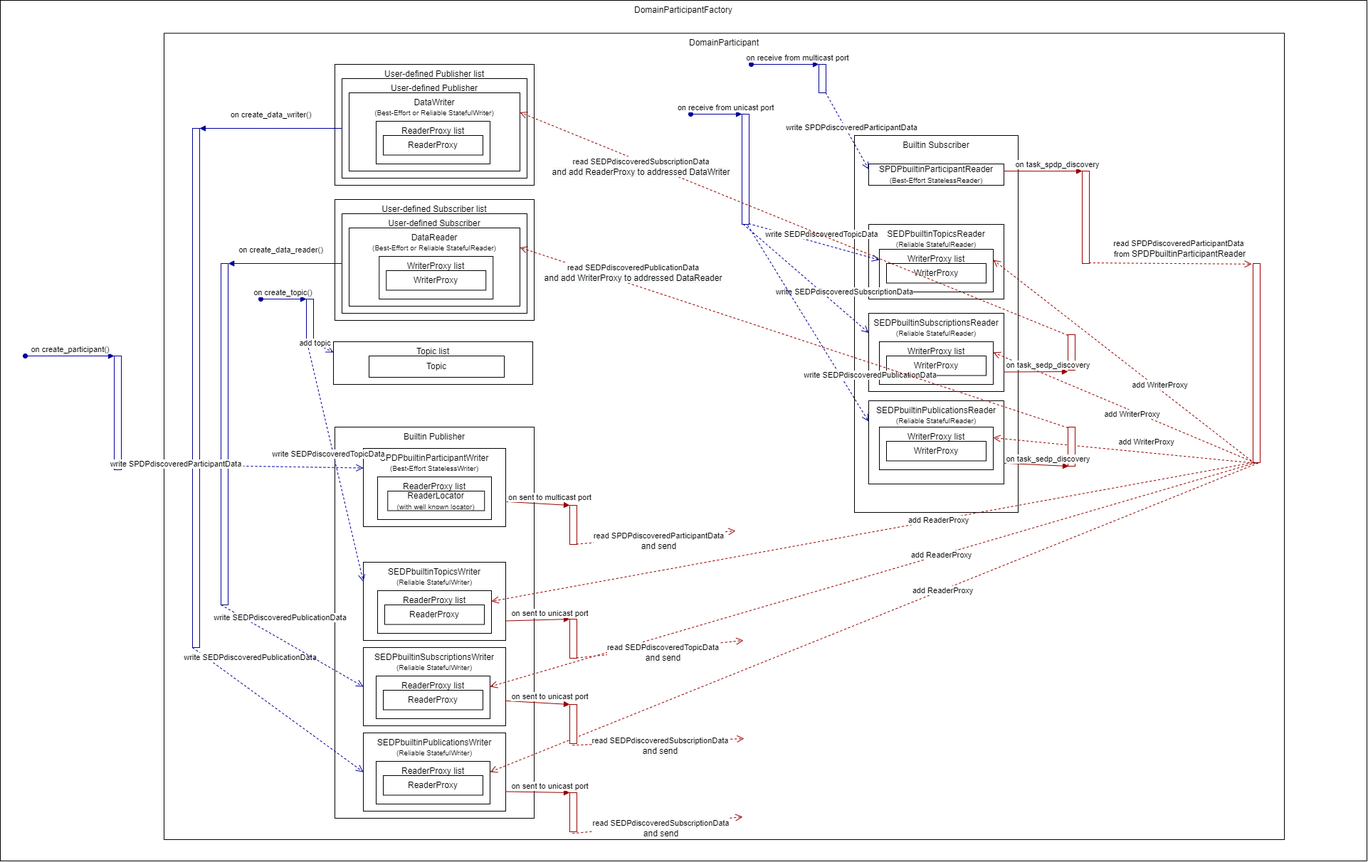
Earlier version of the draw.io export discovery.drawio.png (s2e-systems/dust-dds). Source tidied: cells renumbered, new cells last; positions are measured from the earlier drawing's top-left corner, leaving out a move shared by most shapes.
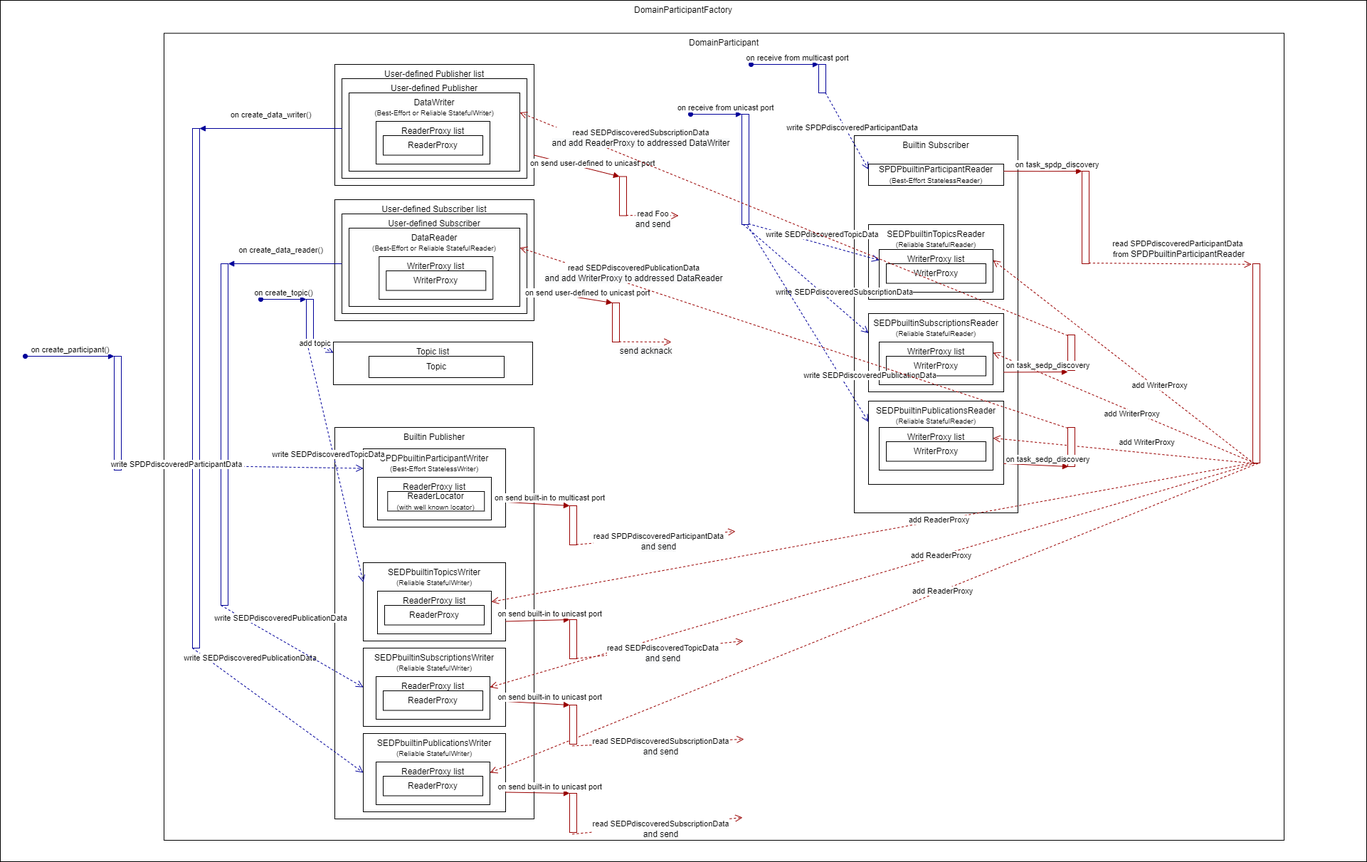
After the commit.

Commit message:
Add user-defined communication

The edit, as a diff of the source:
```diff
@@ -117,6 +117,32 @@
     <mxCell id="40" value="WriterProxy" style="rounded=0;whiteSpace=wrap;html=1;" parent="4" vertex="1">
       <mxGeometry x="542.2" y="380" width="140" height="27.5" as="geometry" />
     </mxCell>
+    <mxCell id="92" style="html=1;points=[];perimeter=orthogonalPerimeter;strokeColor=#990000;" parent="4" vertex="1">
+      <mxGeometry x="860" y="425" width="10" height="55" as="geometry" />
+    </mxCell>
+    <mxCell id="93" value="on send user-defined to unicast port" style="html=1;verticalAlign=bottom;endArrow=block;entryX=0;entryY=0;rounded=0;strokeColor=#990000;exitX=1;exitY=0.75;exitDx=0;exitDy=0;" parent="4" edge="1" source="20" target="92">
+      <mxGeometry x="0.39" relative="1" as="geometry">
+        <mxPoint x="-1" as="offset" />
+      </mxGeometry>
+    </mxCell>
+    <mxCell id="94" value="&lt;span style=&quot;background-color: rgb(248 , 249 , 250) ; font-size: 12px&quot;&gt;send acknack&lt;br&gt;&lt;/span&gt;" style="html=1;verticalAlign=bottom;endArrow=open;dashed=1;endSize=8;exitX=0.939;exitY=0.993;rounded=0;exitDx=0;exitDy=0;exitPerimeter=0;strokeColor=#990000;" parent="4" edge="1" source="92">
+      <mxGeometry x="0.02" y="-22" relative="1" as="geometry">
+        <mxPoint x="943" y="480" as="targetPoint" />
+      </mxGeometry>
+    </mxCell>
+    <mxCell id="95" style="html=1;points=[];perimeter=orthogonalPerimeter;strokeColor=#990000;" parent="4" vertex="1">
+      <mxGeometry x="870" y="247.5" width="10" height="55" as="geometry" />
+    </mxCell>
+    <mxCell id="96" value="on send user-defined to unicast port" style="html=1;verticalAlign=bottom;endArrow=block;entryX=0;entryY=0;rounded=0;strokeColor=#990000;exitX=1;exitY=0.75;exitDx=0;exitDy=0;" parent="4" edge="1" source="17" target="95">
+      <mxGeometry x="0.39" relative="1" as="geometry">
+        <mxPoint x="-1" as="offset" />
+      </mxGeometry>
+    </mxCell>
+    <mxCell id="97" value="&lt;span&gt;read Foo&lt;/span&gt;&lt;span style=&quot;background-color: rgb(248 , 249 , 250) ; font-size: 12px&quot;&gt;&lt;br&gt;and send&lt;br&gt;&lt;/span&gt;" style="html=1;verticalAlign=bottom;endArrow=open;dashed=1;endSize=8;exitX=0.939;exitY=0.993;rounded=0;exitDx=0;exitDy=0;exitPerimeter=0;strokeColor=#990000;" parent="4" edge="1" source="95">
+      <mxGeometry x="0.02" y="-22" relative="1" as="geometry">
+        <mxPoint x="953" y="302.5" as="targetPoint" />
+      </mxGeometry>
+    </mxCell>
     <mxCell id="41" value="WriteActions" parent="0" />
     <mxCell id="42" style="html=1;points=[];perimeter=orthogonalPerimeter;strokeColor=#000099;" parent="41" vertex="1">
       <mxGeometry x="160" y="500" width="10" height="160" as="geometry" />
@@ -242,7 +268,7 @@
     <mxCell id="77" style="html=1;points=[];perimeter=orthogonalPerimeter;strokeColor=#990000;" parent="63" vertex="1">
       <mxGeometry x="800" y="710" width="10" height="55" as="geometry" />
     </mxCell>
-    <mxCell id="78" value="on sent to multicast port" style="html=1;verticalAlign=bottom;endArrow=block;entryX=0;entryY=0;rounded=0;strokeColor=#990000;exitX=1.006;exitY=0.681;exitDx=0;exitDy=0;exitPerimeter=0;" parent="63" edge="1" source="8" target="77">
+    <mxCell id="78" value="on send built-in to multicast port" style="html=1;verticalAlign=bottom;endArrow=block;entryX=0;entryY=0;rounded=0;strokeColor=#990000;exitX=1.006;exitY=0.681;exitDx=0;exitDy=0;exitPerimeter=0;" parent="63" edge="1" source="8" target="77">
       <mxGeometry x="0.39" relative="1" as="geometry">
         <mxPoint x="-1" as="offset" />
       </mxGeometry>
@@ -255,7 +281,7 @@
     <mxCell id="80" style="html=1;points=[];perimeter=orthogonalPerimeter;strokeColor=#990000;" parent="63" vertex="1">
       <mxGeometry x="800" y="870" width="10" height="55" as="geometry" />
     </mxCell>
-    <mxCell id="81" value="on sent to unicast port" style="html=1;verticalAlign=bottom;endArrow=block;entryX=0;entryY=0;rounded=0;strokeColor=#990000;exitX=1;exitY=0.75;exitDx=0;exitDy=0;" parent="63" edge="1" source="12" target="80">
+    <mxCell id="81" value="on send built-in to unicast port" style="html=1;verticalAlign=bottom;endArrow=block;entryX=0;entryY=0;rounded=0;strokeColor=#990000;exitX=1;exitY=0.75;exitDx=0;exitDy=0;" parent="63" edge="1" source="12" target="80">
       <mxGeometry x="0.39" relative="1" as="geometry">
         <mxPoint x="-1" as="offset" />
       </mxGeometry>
@@ -268,7 +294,7 @@
     <mxCell id="83" style="html=1;points=[];perimeter=orthogonalPerimeter;strokeColor=#990000;" parent="63" vertex="1">
       <mxGeometry x="800" y="990" width="10" height="55" as="geometry" />
     </mxCell>
-    <mxCell id="84" value="on sent to unicast port" style="html=1;verticalAlign=bottom;endArrow=block;entryX=0;entryY=0;rounded=0;strokeColor=#990000;exitX=1;exitY=0.681;exitDx=0;exitDy=0;exitPerimeter=0;" parent="63" edge="1" source="10" target="83">
+    <mxCell id="84" value="on send built-in to unicast port" style="html=1;verticalAlign=bottom;endArrow=block;entryX=0;entryY=0;rounded=0;strokeColor=#990000;exitX=1;exitY=0.681;exitDx=0;exitDy=0;exitPerimeter=0;" parent="63" edge="1" source="10" target="83">
       <mxGeometry x="0.39" relative="1" as="geometry">
         <mxPoint x="-1" as="offset" />
       </mxGeometry>
@@ -281,7 +307,7 @@
     <mxCell id="86" style="html=1;points=[];perimeter=orthogonalPerimeter;strokeColor=#990000;" parent="63" vertex="1">
       <mxGeometry x="800" y="1114" width="10" height="55" as="geometry" />
     </mxCell>
-    <mxCell id="87" value="on sent to unicast port" style="html=1;verticalAlign=bottom;endArrow=block;entryX=0;entryY=0;rounded=0;strokeColor=#990000;exitX=1;exitY=0.75;exitDx=0;exitDy=0;" parent="63" edge="1" source="14" target="86">
+    <mxCell id="87" value="on send built-in to unicast port" style="html=1;verticalAlign=bottom;endArrow=block;entryX=0;entryY=0;rounded=0;strokeColor=#990000;exitX=1;exitY=0.75;exitDx=0;exitDy=0;" parent="63" edge="1" source="14" target="86">
       <mxGeometry x="0.39" relative="1" as="geometry">
         <mxPoint x="-1" as="offset" />
       </mxGeometry>
@@ -300,7 +326,7 @@
       </mxGeometry>
     </mxCell>
     <mxCell id="91" value="&lt;span&gt;read SEDPdiscoveredSubscriptionData&lt;/span&gt;&lt;span style=&quot;background-color: rgb(248 , 249 , 250) ; font-size: 12px&quot;&gt;&lt;br&gt;and add ReaderProxy to addressed DataWriter&lt;br&gt;&lt;/span&gt;" style="html=1;verticalAlign=bottom;endArrow=open;dashed=1;endSize=8;exitX=0;exitY=0.02;rounded=0;exitDx=0;exitDy=0;exitPerimeter=0;entryX=1;entryY=0.25;entryDx=0;entryDy=0;strokeColor=#990000;" parent="63" edge="1" source="89" target="19">
-      <mxGeometry x="0.54" y="22" relative="1" as="geometry" />
+      <mxGeometry x="0.57" y="-15" relative="1" as="geometry" />
     </mxCell>
   </root>
 </mxGraphModel>
```
